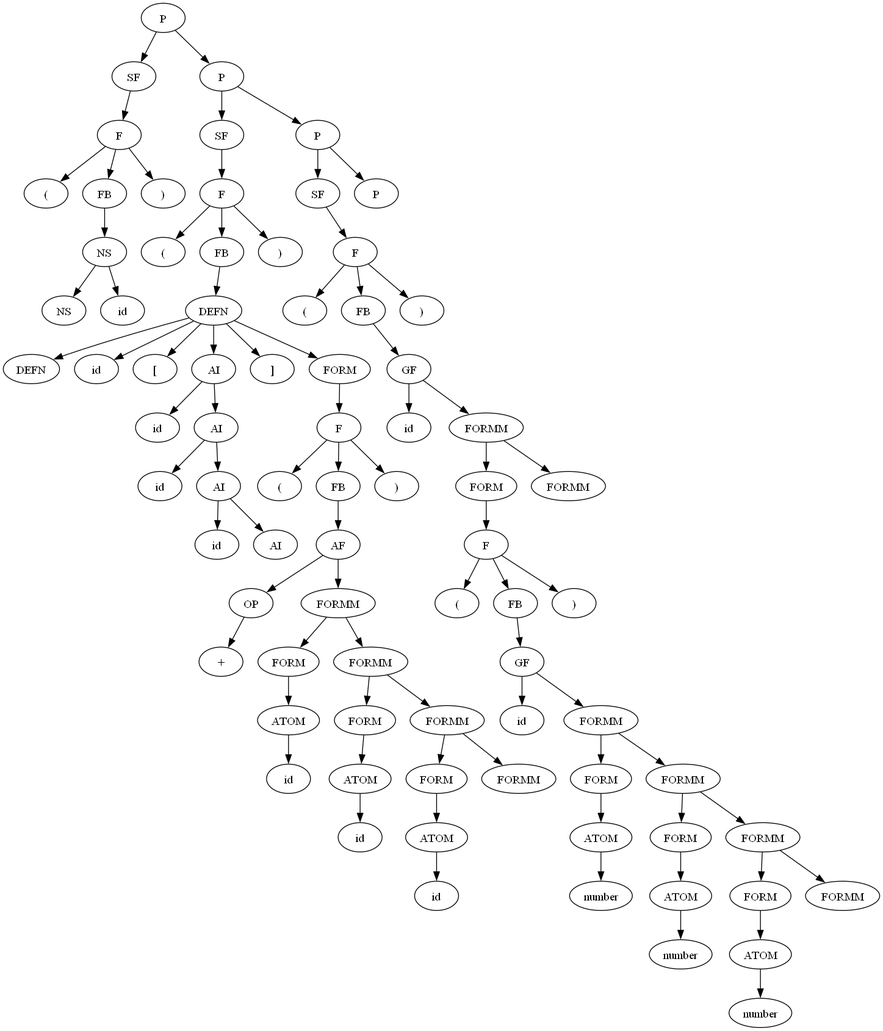
This is lab4/graphC0.png from Ultimatereo/MT, a Graphviz export, as it was before one commit. Its source is kept beside it as lab4/graphC0.dot.
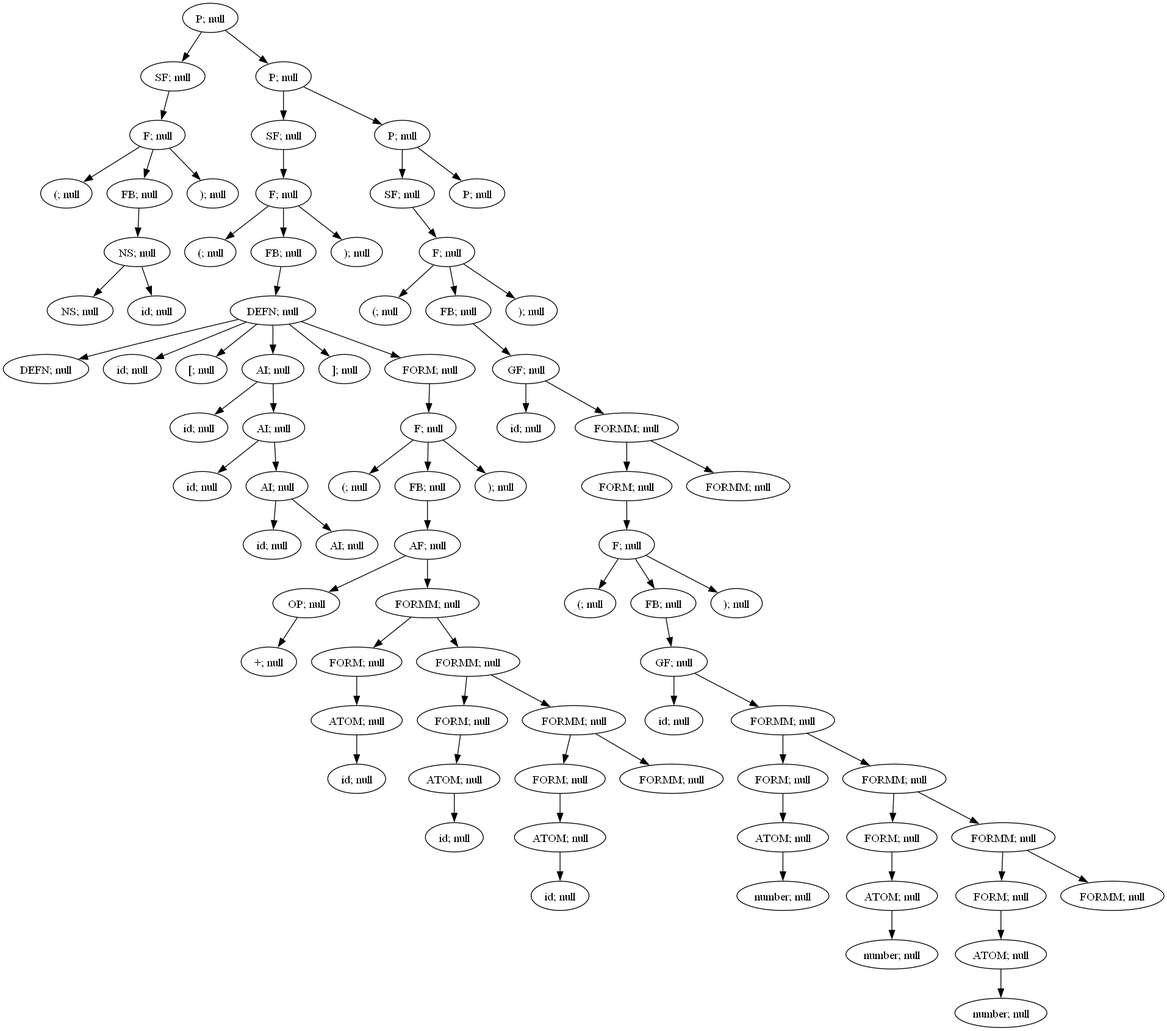
Above is the later version.

The edit, as a diff of the source:
```diff
@@ -1,237 +1,237 @@
 digraph ParserResult {
-"NonTerminal[name=P]_78" [label="P"]
-"NonTerminal[name=SF]_7" [label="SF"]
+"NonTerminal[name=P]_78" [label="P; null"]
+"NonTerminal[name=SF]_7" [label="SF; null"]
 "NonTerminal[name=P]_78"->"NonTerminal[name=SF]_7";
-"NonTerminal[name=SF]_7" [label="SF"]
-"NonTerminal[name=F]_6" [label="F"]
+"NonTerminal[name=SF]_7" [label="SF; null"]
+"NonTerminal[name=F]_6" [label="F; null"]
 "NonTerminal[name=SF]_7"->"NonTerminal[name=F]_6";
-"NonTerminal[name=F]_6" [label="F"]
-"Token{name='(', value='('}_0" [label="("]
+"NonTerminal[name=F]_6" [label="F; null"]
+"Token{name='(', value='('}_0" [label="(; null"]
 "NonTerminal[name=F]_6"->"Token{name='(', value='('}_0";
-"Token{name='(', value='('}_0" [label="("]
-"NonTerminal[name=FB]_4" [label="FB"]
+"Token{name='(', value='('}_0" [label="(; null"]
+"NonTerminal[name=FB]_4" [label="FB; null"]
 "NonTerminal[name=F]_6"->"NonTerminal[name=FB]_4";
-"NonTerminal[name=FB]_4" [label="FB"]
-"NonTerminal[name=NS]_3" [label="NS"]
+"NonTerminal[name=FB]_4" [label="FB; null"]
+"NonTerminal[name=NS]_3" [label="NS; null"]
 "NonTerminal[name=FB]_4"->"NonTerminal[name=NS]_3";
-"NonTerminal[name=NS]_3" [label="NS"]
-"Token{name='NS', value='ns'}_1" [label="NS"]
+"NonTerminal[name=NS]_3" [label="NS; null"]
+"Token{name='NS', value='ns'}_1" [label="NS; null"]
 "NonTerminal[name=NS]_3"->"Token{name='NS', value='ns'}_1";
-"Token{name='NS', value='ns'}_1" [label="NS"]
-"Token{name='id', value='test1'}_2" [label="id"]
+"Token{name='NS', value='ns'}_1" [label="NS; null"]
+"Token{name='id', value='test1'}_2" [label="id; null"]
 "NonTerminal[name=NS]_3"->"Token{name='id', value='test1'}_2";
-"Token{name='id', value='test1'}_2" [label="id"]
-"Token{name=')', value=')'}_5" [label=")"]
+"Token{name='id', value='test1'}_2" [label="id; null"]
+"Token{name=')', value=')'}_5" [label="); null"]
 "NonTerminal[name=F]_6"->"Token{name=')', value=')'}_5";
-"Token{name=')', value=')'}_5" [label=")"]
-"NonTerminal[name=P]_77" [label="P"]
+"Token{name=')', value=')'}_5" [label="); null"]
+"NonTerminal[name=P]_77" [label="P; null"]
 "NonTerminal[name=P]_78"->"NonTerminal[name=P]_77";
-"NonTerminal[name=P]_77" [label="P"]
-"NonTerminal[name=SF]_45" [label="SF"]
+"NonTerminal[name=P]_77" [label="P; null"]
+"NonTerminal[name=SF]_45" [label="SF; null"]
 "NonTerminal[name=P]_77"->"NonTerminal[name=SF]_45";
-"NonTerminal[name=SF]_45" [label="SF"]
-"NonTerminal[name=F]_44" [label="F"]
+"NonTerminal[name=SF]_45" [label="SF; null"]
+"NonTerminal[name=F]_44" [label="F; null"]
 "NonTerminal[name=SF]_45"->"NonTerminal[name=F]_44";
-"NonTerminal[name=F]_44" [label="F"]
-"Token{name='(', value='('}_8" [label="("]
+"NonTerminal[name=F]_44" [label="F; null"]
+"Token{name='(', value='('}_8" [label="(; null"]
 "NonTerminal[name=F]_44"->"Token{name='(', value='('}_8";
-"Token{name='(', value='('}_8" [label="("]
-"NonTerminal[name=FB]_42" [label="FB"]
+"Token{name='(', value='('}_8" [label="(; null"]
+"NonTerminal[name=FB]_42" [label="FB; null"]
 "NonTerminal[name=F]_44"->"NonTerminal[name=FB]_42";
-"NonTerminal[name=FB]_42" [label="FB"]
-"NonTerminal[name=DEFN]_41" [label="DEFN"]
+"NonTerminal[name=FB]_42" [label="FB; null"]
+"NonTerminal[name=DEFN]_41" [label="DEFN; null"]
 "NonTerminal[name=FB]_42"->"NonTerminal[name=DEFN]_41";
-"NonTerminal[name=DEFN]_41" [label="DEFN"]
-"Token{name='DEFN', value='defn'}_9" [label="DEFN"]
+"NonTerminal[name=DEFN]_41" [label="DEFN; null"]
+"Token{name='DEFN', value='defn'}_9" [label="DEFN; null"]
 "NonTerminal[name=DEFN]_41"->"Token{name='DEFN', value='defn'}_9";
-"Token{name='DEFN', value='defn'}_9" [label="DEFN"]
-"Token{name='id', value='add'}_10" [label="id"]
+"Token{name='DEFN', value='defn'}_9" [label="DEFN; null"]
+"Token{name='id', value='add'}_10" [label="id; null"]
 "NonTerminal[name=DEFN]_41"->"Token{name='id', value='add'}_10";
-"Token{name='id', value='add'}_10" [label="id"]
-"Token{name='[', value='['}_11" [label="["]
+"Token{name='id', value='add'}_10" [label="id; null"]
+"Token{name='[', value='['}_11" [label="[; null"]
 "NonTerminal[name=DEFN]_41"->"Token{name='[', value='['}_11";
-"Token{name='[', value='['}_11" [label="["]
-"NonTerminal[name=AI]_18" [label="AI"]
+"Token{name='[', value='['}_11" [label="[; null"]
+"NonTerminal[name=AI]_18" [label="AI; null"]
 "NonTerminal[name=DEFN]_41"->"NonTerminal[name=AI]_18";
-"NonTerminal[name=AI]_18" [label="AI"]
-"Token{name='id', value='x'}_12" [label="id"]
+"NonTerminal[name=AI]_18" [label="AI; null"]
+"Token{name='id', value='x'}_12" [label="id; null"]
 "NonTerminal[name=AI]_18"->"Token{name='id', value='x'}_12";
-"Token{name='id', value='x'}_12" [label="id"]
-"NonTerminal[name=AI]_17" [label="AI"]
+"Token{name='id', value='x'}_12" [label="id; null"]
+"NonTerminal[name=AI]_17" [label="AI; null"]
 "NonTerminal[name=AI]_18"->"NonTerminal[name=AI]_17";
-"NonTerminal[name=AI]_17" [label="AI"]
-"Token{name='id', value='y'}_13" [label="id"]
+"NonTerminal[name=AI]_17" [label="AI; null"]
+"Token{name='id', value='y'}_13" [label="id; null"]
 "NonTerminal[name=AI]_17"->"Token{name='id', value='y'}_13";
-"Token{name='id', value='y'}_13" [label="id"]
-"NonTerminal[name=AI]_16" [label="AI"]
+"Token{name='id', value='y'}_13" [label="id; null"]
+"NonTerminal[name=AI]_16" [label="AI; null"]
 "NonTerminal[name=AI]_17"->"NonTerminal[name=AI]_16";
-"NonTerminal[name=AI]_16" [label="AI"]
-"Token{name='id', value='z'}_14" [label="id"]
+"NonTerminal[name=AI]_16" [label="AI; null"]
+"Token{name='id', value='z'}_14" [label="id; null"]
 "NonTerminal[name=AI]_16"->"Token{name='id', value='z'}_14";
-"Token{name='id', value='z'}_14" [label="id"]
-"NonTerminal[name=AI]_15" [label="AI"]
+"Token{name='id', value='z'}_14" [label="id; null"]
+"NonTerminal[name=AI]_15" [label="AI; null"]
 "NonTerminal[name=AI]_16"->"NonTerminal[name=AI]_15";
-"NonTerminal[name=AI]_15" [label="AI"]
-"Token{name=']', value=']'}_19" [label="]"]
+"NonTerminal[name=AI]_15" [label="AI; null"]
+"Token{name=']', value=']'}_19" [label="]; null"]
 "NonTerminal[name=DEFN]_41"->"Token{name=']', value=']'}_19";
-"Token{name=']', value=']'}_19" [label="]"]
-"NonTerminal[name=FORM]_40" [label="FORM"]
+"Token{name=']', value=']'}_19" [label="]; null"]
+"NonTerminal[name=FORM]_40" [label="FORM; null"]
 "NonTerminal[name=DEFN]_41"->"NonTerminal[name=FORM]_40";
-"NonTerminal[name=FORM]_40" [label="FORM"]
-"NonTerminal[name=F]_39" [label="F"]
+"NonTerminal[name=FORM]_40" [label="FORM; null"]
+"NonTerminal[name=F]_39" [label="F; null"]
 "NonTerminal[name=FORM]_40"->"NonTerminal[name=F]_39";
-"NonTerminal[name=F]_39" [label="F"]
-"Token{name='(', value='('}_20" [label="("]
+"NonTerminal[name=F]_39" [label="F; null"]
+"Token{name='(', value='('}_20" [label="(; null"]
 "NonTerminal[name=F]_39"->"Token{name='(', value='('}_20";
-"Token{name='(', value='('}_20" [label="("]
-"NonTerminal[name=FB]_37" [label="FB"]
+"Token{name='(', value='('}_20" [label="(; null"]
+"NonTerminal[name=FB]_37" [label="FB; null"]
 "NonTerminal[name=F]_39"->"NonTerminal[name=FB]_37";
-"NonTerminal[name=FB]_37" [label="FB"]
-"NonTerminal[name=AF]_36" [label="AF"]
+"NonTerminal[name=FB]_37" [label="FB; null"]
+"NonTerminal[name=AF]_36" [label="AF; null"]
 "NonTerminal[name=FB]_37"->"NonTerminal[name=AF]_36";
-"NonTerminal[name=AF]_36" [label="AF"]
-"NonTerminal[name=OP]_22" [label="OP"]
+"NonTerminal[name=AF]_36" [label="AF; null"]
+"NonTerminal[name=OP]_22" [label="OP; null"]
 "NonTerminal[name=AF]_36"->"NonTerminal[name=OP]_22";
-"NonTerminal[name=OP]_22" [label="OP"]
-"Token{name='+', value='+'}_21" [label="+"]
+"NonTerminal[name=OP]_22" [label="OP; null"]
+"Token{name='+', value='+'}_21" [label="+; null"]
 "NonTerminal[name=OP]_22"->"Token{name='+', value='+'}_21";
-"Token{name='+', value='+'}_21" [label="+"]
-"NonTerminal[name=FORMM]_35" [label="FORMM"]
+"Token{name='+', value='+'}_21" [label="+; null"]
+"NonTerminal[name=FORMM]_35" [label="FORMM; null"]
 "NonTerminal[name=AF]_36"->"NonTerminal[name=FORMM]_35";
-"NonTerminal[name=FORMM]_35" [label="FORMM"]
-"NonTerminal[name=FORM]_25" [label="FORM"]
+"NonTerminal[name=FORMM]_35" [label="FORMM; null"]
+"NonTerminal[name=FORM]_25" [label="FORM; null"]
 "NonTerminal[name=FORMM]_35"->"NonTerminal[name=FORM]_25";
-"NonTerminal[name=FORM]_25" [label="FORM"]
-"NonTerminal[name=ATOM]_24" [label="ATOM"]
+"NonTerminal[name=FORM]_25" [label="FORM; null"]
+"NonTerminal[name=ATOM]_24" [label="ATOM; null"]
 "NonTerminal[name=FORM]_25"->"NonTerminal[name=ATOM]_24";
-"NonTerminal[name=ATOM]_24" [label="ATOM"]
-"Token{name='id', value='x'}_23" [label="id"]
+"NonTerminal[name=ATOM]_24" [label="ATOM; null"]
+"Token{name='id', value='x'}_23" [label="id; null"]
 "NonTerminal[name=ATOM]_24"->"Token{name='id', value='x'}_23";
-"Token{name='id', value='x'}_23" [label="id"]
-"NonTerminal[name=FORMM]_34" [label="FORMM"]
+"Token{name='id', value='x'}_23" [label="id; null"]
+"NonTerminal[name=FORMM]_34" [label="FORMM; null"]
 "NonTerminal[name=FORMM]_35"->"NonTerminal[name=FORMM]_34";
-"NonTerminal[name=FORMM]_34" [label="FORMM"]
-"NonTerminal[name=FORM]_28" [label="FORM"]
+"NonTerminal[name=FORMM]_34" [label="FORMM; null"]
+"NonTerminal[name=FORM]_28" [label="FORM; null"]
 "NonTerminal[name=FORMM]_34"->"NonTerminal[name=FORM]_28";
-"NonTerminal[name=FORM]_28" [label="FORM"]
-"NonTerminal[name=ATOM]_27" [label="ATOM"]
+"NonTerminal[name=FORM]_28" [label="FORM; null"]
+"NonTerminal[name=ATOM]_27" [label="ATOM; null"]
 "NonTerminal[name=FORM]_28"->"NonTerminal[name=ATOM]_27";
-"NonTerminal[name=ATOM]_27" [label="ATOM"]
-"Token{name='id', value='y'}_26" [label="id"]
+"NonTerminal[name=ATOM]_27" [label="ATOM; null"]
+"Token{name='id', value='y'}_26" [label="id; null"]
 "NonTerminal[name=ATOM]_27"->"Token{name='id', value='y'}_26";
-"Token{name='id', value='y'}_26" [label="id"]
-"NonTerminal[name=FORMM]_33" [label="FORMM"]
+"Token{name='id', value='y'}_26" [label="id; null"]
+"NonTerminal[name=FORMM]_33" [label="FORMM; null"]
 "NonTerminal[name=FORMM]_34"->"NonTerminal[name=FORMM]_33";
-"NonTerminal[name=FORMM]_33" [label="FORMM"]
-"NonTerminal[name=FORM]_31" [label="FORM"]
+"NonTerminal[name=FORMM]_33" [label="FORMM; null"]
+"NonTerminal[name=FORM]_31" [label="FORM; null"]
 "NonTerminal[name=FORMM]_33"->"NonTerminal[name=FORM]_31";
-"NonTerminal[name=FORM]_31" [label="FORM"]
-"NonTerminal[name=ATOM]_30" [label="ATOM"]
+"NonTerminal[name=FORM]_31" [label="FORM; null"]
+"NonTerminal[name=ATOM]_30" [label="ATOM; null"]
 "NonTerminal[name=FORM]_31"->"NonTerminal[name=ATOM]_30";
-"NonTerminal[name=ATOM]_30" [label="ATOM"]
-"Token{name='id', value='z'}_29" [label="id"]
+"NonTerminal[name=ATOM]_30" [label="ATOM; null"]
+"Token{name='id', value='z'}_29" [label="id; null"]
 "NonTerminal[name=ATOM]_30"->"Token{name='id', value='z'}_29";
-"Token{name='id', value='z'}_29" [label="id"]
-"NonTerminal[name=FORMM]_32" [label="FORMM"]
+"Token{name='id', value='z'}_29" [label="id; null"]
+"NonTerminal[name=FORMM]_32" [label="FORMM; null"]
 "NonTerminal[name=FORMM]_33"->"NonTerminal[name=FORMM]_32";
-"NonTerminal[name=FORMM]_32" [label="FORMM"]
-"Token{name=')', value=')'}_38" [label=")"]
+"NonTerminal[name=FORMM]_32" [label="FORMM; null"]
+"Token{name=')', value=')'}_38" [label="); null"]
 "NonTerminal[name=F]_39"->"Token{name=')', value=')'}_38";
-"Token{name=')', value=')'}_38" [label=")"]
-"Token{name=')', value=')'}_43" [label=")"]
+"Token{name=')', value=')'}_38" [label="); null"]
+"Token{name=')', value=')'}_43" [label="); null"]
 "NonTerminal[name=F]_44"->"Token{name=')', value=')'}_43";
-"Token{name=')', value=')'}_43" [label=")"]
-"NonTerminal[name=P]_76" [label="P"]
+"Token{name=')', value=')'}_43" [label="); null"]
+"NonTerminal[name=P]_76" [label="P; null"]
 "NonTerminal[name=P]_77"->"NonTerminal[name=P]_76";
-"NonTerminal[name=P]_76" [label="P"]
-"NonTerminal[name=SF]_74" [label="SF"]
+"NonTerminal[name=P]_76" [label="P; null"]
+"NonTerminal[name=SF]_74" [label="SF; null"]
 "NonTerminal[name=P]_76"->"NonTerminal[name=SF]_74";
-"NonTerminal[name=SF]_74" [label="SF"]
-"NonTerminal[name=F]_73" [label="F"]
+"NonTerminal[name=SF]_74" [label="SF; null"]
+"NonTerminal[name=F]_73" [label="F; null"]
 "NonTerminal[name=SF]_74"->"NonTerminal[name=F]_73";
-"NonTerminal[name=F]_73" [label="F"]
-"Token{name='(', value='('}_46" [label="("]
+"NonTerminal[name=F]_73" [label="F; null"]
+"Token{name='(', value='('}_46" [label="(; null"]
 "NonTerminal[name=F]_73"->"Token{name='(', value='('}_46";
-"Token{name='(', value='('}_46" [label="("]
-"NonTerminal[name=FB]_71" [label="FB"]
+"Token{name='(', value='('}_46" [label="(; null"]
+"NonTerminal[name=FB]_71" [label="FB; null"]
 "NonTerminal[name=F]_73"->"NonTerminal[name=FB]_71";
-"NonTerminal[name=FB]_71" [label="FB"]
-"NonTerminal[name=GF]_70" [label="GF"]
+"NonTerminal[name=FB]_71" [label="FB; null"]
+"NonTerminal[name=GF]_70" [label="GF; null"]
 "NonTerminal[name=FB]_71"->"NonTerminal[name=GF]_70";
-"NonTerminal[name=GF]_70" [label="GF"]
-"Token{name='id', value='print'}_47" [label="id"]
+"NonTerminal[name=GF]_70" [label="GF; null"]
+"Token{name='id', value='print'}_47" [label="id; null"]
 "NonTerminal[name=GF]_70"->"Token{name='id', value='print'}_47";
-"Token{name='id', value='print'}_47" [label="id"]
-"NonTerminal[name=FORMM]_69" [label="FORMM"]
+"Token{name='id', value='print'}_47" [label="id; null"]
+"NonTerminal[name=FORMM]_69" [label="FORMM; null"]
 "NonTerminal[name=GF]_70"->"NonTerminal[name=FORMM]_69";
-"NonTerminal[name=FORMM]_69" [label="FORMM"]
-"NonTerminal[name=FORM]_67" [label="FORM"]
+"NonTerminal[name=FORMM]_69" [label="FORMM; null"]
+"NonTerminal[name=FORM]_67" [label="FORM; null"]
 "NonTerminal[name=FORMM]_69"->"NonTerminal[name=FORM]_67";
-"NonTerminal[name=FORM]_67" [label="FORM"]
-"NonTerminal[name=F]_66" [label="F"]
+"NonTerminal[name=FORM]_67" [label="FORM; null"]
+"NonTerminal[name=F]_66" [label="F; null"]
 "NonTerminal[name=FORM]_67"->"NonTerminal[name=F]_66";
-"NonTerminal[name=F]_66" [label="F"]
-"Token{name='(', value='('}_48" [label="("]
+"NonTerminal[name=F]_66" [label="F; null"]
+"Token{name='(', value='('}_48" [label="(; null"]
 "NonTerminal[name=F]_66"->"Token{name='(', value='('}_48";
-"Token{name='(', value='('}_48" [label="("]
-"NonTerminal[name=FB]_64" [label="FB"]
+"Token{name='(', value='('}_48" [label="(; null"]
+"NonTerminal[name=FB]_64" [label="FB; null"]
 "NonTerminal[name=F]_66"->"NonTerminal[name=FB]_64";
-"NonTerminal[name=FB]_64" [label="FB"]
-"NonTerminal[name=GF]_63" [label="GF"]
+"NonTerminal[name=FB]_64" [label="FB; null"]
+"NonTerminal[name=GF]_63" [label="GF; null"]
 "NonTerminal[name=FB]_64"->"NonTerminal[name=GF]_63";
-"NonTerminal[name=GF]_63" [label="GF"]
-"Token{name='id', value='add'}_49" [label="id"]
+"NonTerminal[name=GF]_63" [label="GF; null"]
+"Token{name='id', value='add'}_49" [label="id; null"]
 "NonTerminal[name=GF]_63"->"Token{name='id', value='add'}_49";
-"Token{name='id', value='add'}_49" [label="id"]
-"NonTerminal[name=FORMM]_62" [label="FORMM"]
+"Token{name='id', value='add'}_49" [label="id; null"]
+"NonTerminal[name=FORMM]_62" [label="FORMM; null"]
 "NonTerminal[name=GF]_63"->"NonTerminal[name=FORMM]_62";
-"NonTerminal[name=FORMM]_62" [label="FORMM"]
-"NonTerminal[name=FORM]_52" [label="FORM"]
+"NonTerminal[name=FORMM]_62" [label="FORMM; null"]
+"NonTerminal[name=FORM]_52" [label="FORM; null"]
 "NonTerminal[name=FORMM]_62"->"NonTerminal[name=FORM]_52";
-"NonTerminal[name=FORM]_52" [label="FORM"]
-"NonTerminal[name=ATOM]_51" [label="ATOM"]
+"NonTerminal[name=FORM]_52" [label="FORM; null"]
+"NonTerminal[name=ATOM]_51" [label="ATOM; null"]
 "NonTerminal[name=FORM]_52"->"NonTerminal[name=ATOM]_51";
-"NonTerminal[name=ATOM]_51" [label="ATOM"]
-"Token{name='number', value='1'}_50" [label="number"]
+"NonTerminal[name=ATOM]_51" [label="ATOM; null"]
+"Token{name='number', value='1'}_50" [label="number; null"]
 "NonTerminal[name=ATOM]_51"->"Token{name='number', value='1'}_50";
-"Token{name='number', value='1'}_50" [label="number"]
-"NonTerminal[name=FORMM]_61" [label="FORMM"]
+"Token{name='number', value='1'}_50" [label="number; null"]
+"NonTerminal[name=FORMM]_61" [label="FORMM; null"]
 "NonTerminal[name=FORMM]_62"->"NonTerminal[name=FORMM]_61";
-"NonTerminal[name=FORMM]_61" [label="FORMM"]
-"NonTerminal[name=FORM]_55" [label="FORM"]
+"NonTerminal[name=FORMM]_61" [label="FORMM; null"]
+"NonTerminal[name=FORM]_55" [label="FORM; null"]
 "NonTerminal[name=FORMM]_61"->"NonTerminal[name=FORM]_55";
-"NonTerminal[name=FORM]_55" [label="FORM"]
-"NonTerminal[name=ATOM]_54" [label="ATOM"]
+"NonTerminal[name=FORM]_55" [label="FORM; null"]
+"NonTerminal[name=ATOM]_54" [label="ATOM; null"]
 "NonTerminal[name=FORM]_55"->"NonTerminal[name=ATOM]_54";
-"NonTerminal[name=ATOM]_54" [label="ATOM"]
-"Token{name='number', value='2'}_53" [label="number"]
+"NonTerminal[name=ATOM]_54" [label="ATOM; null"]
+"Token{name='number', value='2'}_53" [label="number; null"]
 "NonTerminal[name=ATOM]_54"->"Token{name='number', value='2'}_53";
-"Token{name='number', value='2'}_53" [label="number"]
-"NonTerminal[name=FORMM]_60" [label="FORMM"]
+"Token{name='number', value='2'}_53" [label="number; null"]
+"NonTerminal[name=FORMM]_60" [label="FORMM; null"]
 "NonTerminal[name=FORMM]_61"->"NonTerminal[name=FORMM]_60";
-"NonTerminal[name=FORMM]_60" [label="FORMM"]
-"NonTerminal[name=FORM]_58" [label="FORM"]
+"NonTerminal[name=FORMM]_60" [label="FORMM; null"]
+"NonTerminal[name=FORM]_58" [label="FORM; null"]
 "NonTerminal[name=FORMM]_60"->"NonTerminal[name=FORM]_58";
-"NonTerminal[name=FORM]_58" [label="FORM"]
-"NonTerminal[name=ATOM]_57" [label="ATOM"]
+"NonTerminal[name=FORM]_58" [label="FORM; null"]
+"NonTerminal[name=ATOM]_57" [label="ATOM; null"]
 "NonTerminal[name=FORM]_58"->"NonTerminal[name=ATOM]_57";
-"NonTerminal[name=ATOM]_57" [label="ATOM"]
-"Token{name='number', value='3'}_56" [label="number"]
+"NonTerminal[name=ATOM]_57" [label="ATOM; null"]
+"Token{name='number', value='3'}_56" [label="number; null"]
 "NonTerminal[name=ATOM]_57"->"Token{name='number', value='3'}_56";
-"Token{name='number', value='3'}_56" [label="number"]
-"NonTerminal[name=FORMM]_59" [label="FORMM"]
+"Token{name='number', value='3'}_56" [label="number; null"]
+"NonTerminal[name=FORMM]_59" [label="FORMM; null"]
 "NonTerminal[name=FORMM]_60"->"NonTerminal[name=FORMM]_59";
-"NonTerminal[name=FORMM]_59" [label="FORMM"]
-"Token{name=')', value=')'}_65" [label=")"]
+"NonTerminal[name=FORMM]_59" [label="FORMM; null"]
+"Token{name=')', value=')'}_65" [label="); null"]
 "NonTerminal[name=F]_66"->"Token{name=')', value=')'}_65";
-"Token{name=')', value=')'}_65" [label=")"]
-"NonTerminal[name=FORMM]_68" [label="FORMM"]
+"Token{name=')', value=')'}_65" [label="); null"]
+"NonTerminal[name=FORMM]_68" [label="FORMM; null"]
 "NonTerminal[name=FORMM]_69"->"NonTerminal[name=FORMM]_68";
-"NonTerminal[name=FORMM]_68" [label="FORMM"]
-"Token{name=')', value=')'}_72" [label=")"]
+"NonTerminal[name=FORMM]_68" [label="FORMM; null"]
+"Token{name=')', value=')'}_72" [label="); null"]
 "NonTerminal[name=F]_73"->"Token{name=')', value=')'}_72";
-"Token{name=')', value=')'}_72" [label=")"]
-"NonTerminal[name=P]_75" [label="P"]
+"Token{name=')', value=')'}_72" [label="); null"]
+"NonTerminal[name=P]_75" [label="P; null"]
 "NonTerminal[name=P]_76"->"NonTerminal[name=P]_75";
-"NonTerminal[name=P]_75" [label="P"]
+"NonTerminal[name=P]_75" [label="P; null"]
 }
```
